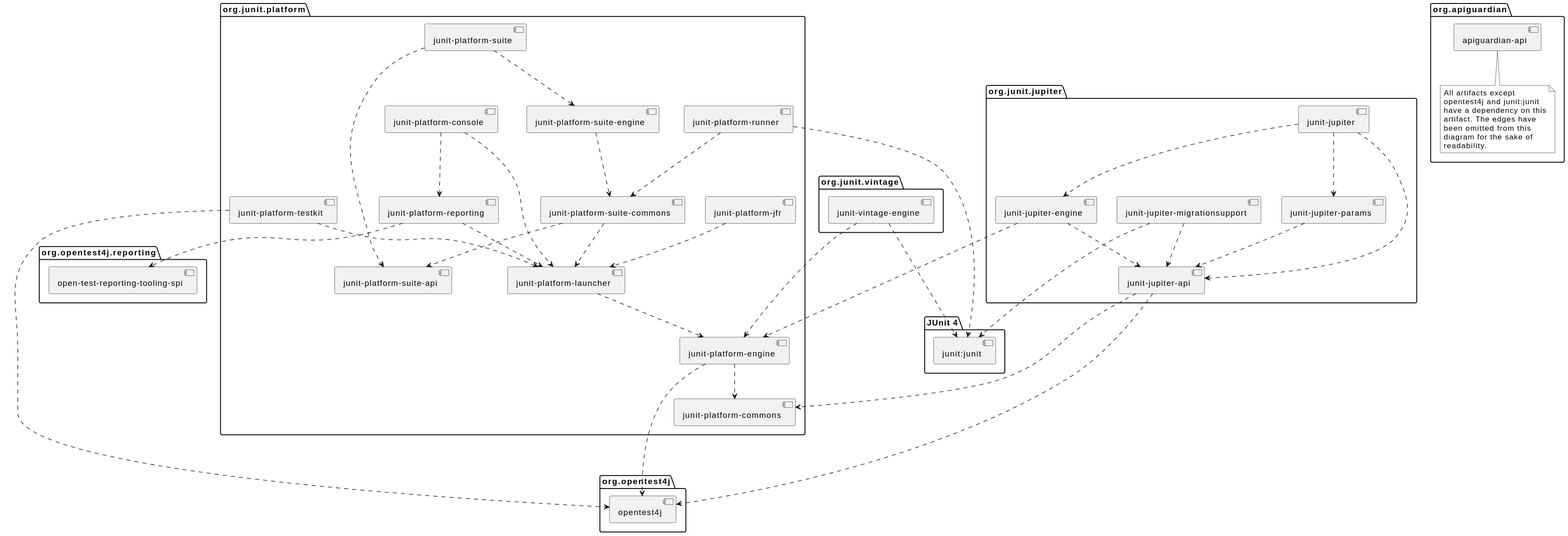
This is snapshot/user-guide/images/component-diagram.svg from junit-team/docs.junit.org, a PlantUML export, as it was before one commit.
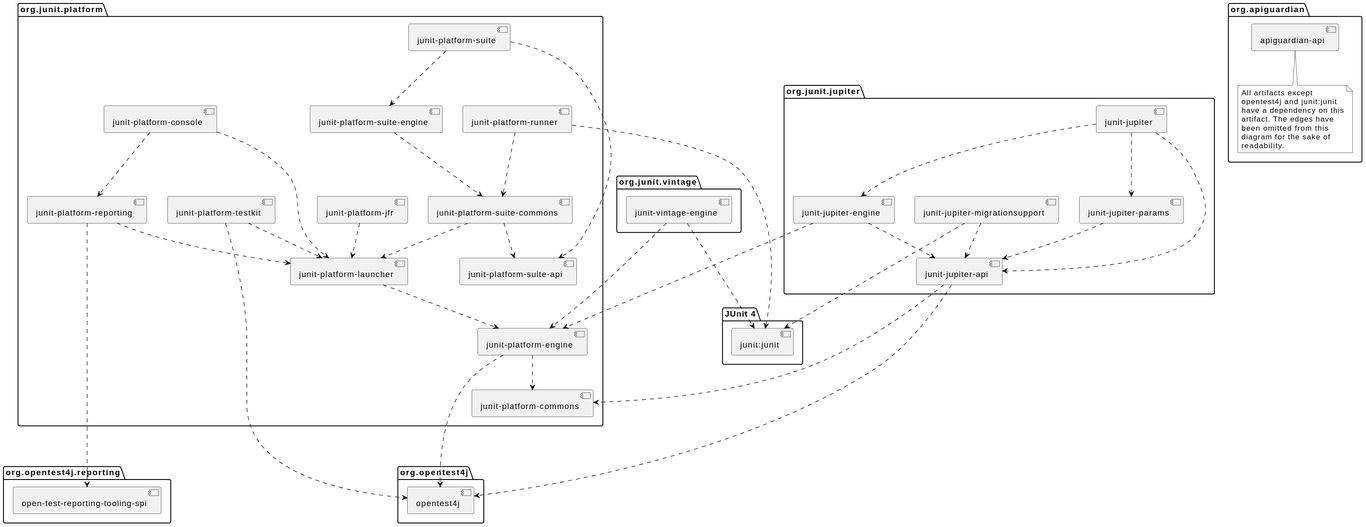
The same file after the commit.

Commit message:
Generated by gradle-git-publish.

Change to the diagram source:
```diff
@@ -80,7 +80,7 @@
 engine ..> commons
 
 reporting ..> launcher
-reporting ..> otr_tooling_spi
+reporting ......> otr_tooling_spi
 
 runner ..> suite_commons
 runner ...> junit4
```
